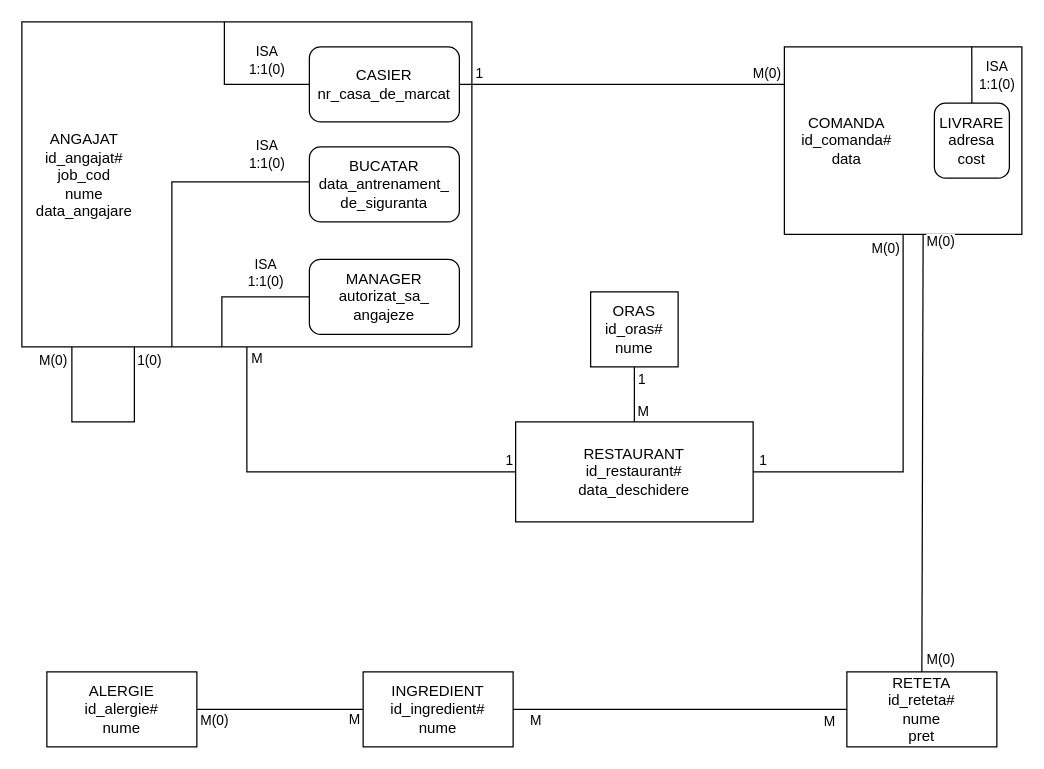
The draw.io diagram 6. ER.drawio in theo543/SGBD, before the edit. Source tidied: cells renumbered, new cells numbered last; positions are measured from the earlier drawing's top-left corner, leaving out a move shared by most shapes. Both pictures are drawn from the tidied source at 125%, with x=0, y=0 at pixel (21, 21).
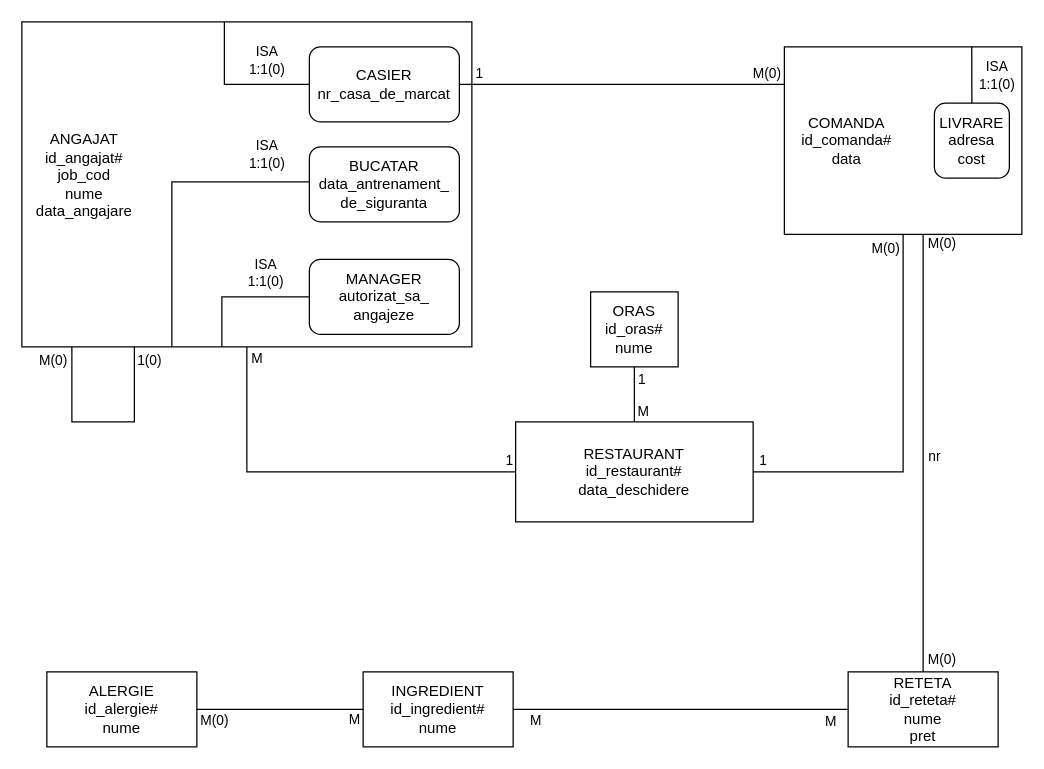
After the change.

The change refers to these unchanged cells:
```xml
<mxCell id="40" style="endArrow=none;html=1;rounded=0;exitX=0.5;exitY=0;exitDx=0;exitDy=0;" parent="1" edge="1" source="21">
  <mxGeometry relative="1" as="geometry">
    <mxPoint x="721" y="170" as="targetPoint" />
  </mxGeometry>
</mxCell>
```

Diff of the diagram source:
```diff
@@
     <mxCell id="21" value="&lt;div&gt;RETETA&lt;/div&gt;&lt;div&gt;id_reteta#&lt;/div&gt;&lt;div&gt;nume&lt;/div&gt;&lt;div&gt;pret&lt;br&gt;&lt;/div&gt;" style="rounded=0;whiteSpace=wrap;html=1;" parent="1" vertex="1">
-      <mxGeometry x="660" y="520" width="120" height="60" as="geometry" />
+      <mxGeometry x="661" y="520" width="120" height="60" as="geometry" />
     </mxCell>
@@
+    <mxCell id="47" value="nr" style="edgeLabel;html=1;align=center;verticalAlign=middle;" parent="40" vertex="1">
+      <mxGeometry x="-0.01" y="-4" relative="1" as="geometry">
+        <mxPoint x="4" as="offset" />
+      </mxGeometry>
+    </mxCell>
```
